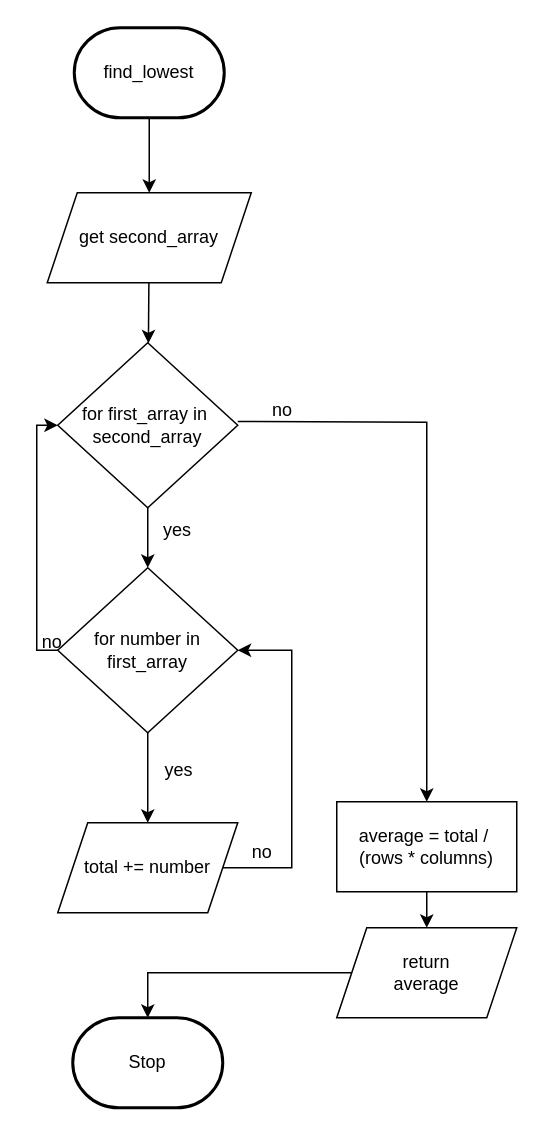
Peter-Gemmell/ICS3U-Unit6-04-Python keeps this draw.io diagram as Draw.io/Flowchart.drawio. Above is the earlier version. Source tidied: cells renumbered, new cells numbered last; positions are measured from the earlier drawing's top-left corner, leaving out a move shared by most shapes. Both pictures are drawn from the tidied source at 150%, with x=0, y=0 at pixel (28, 27).
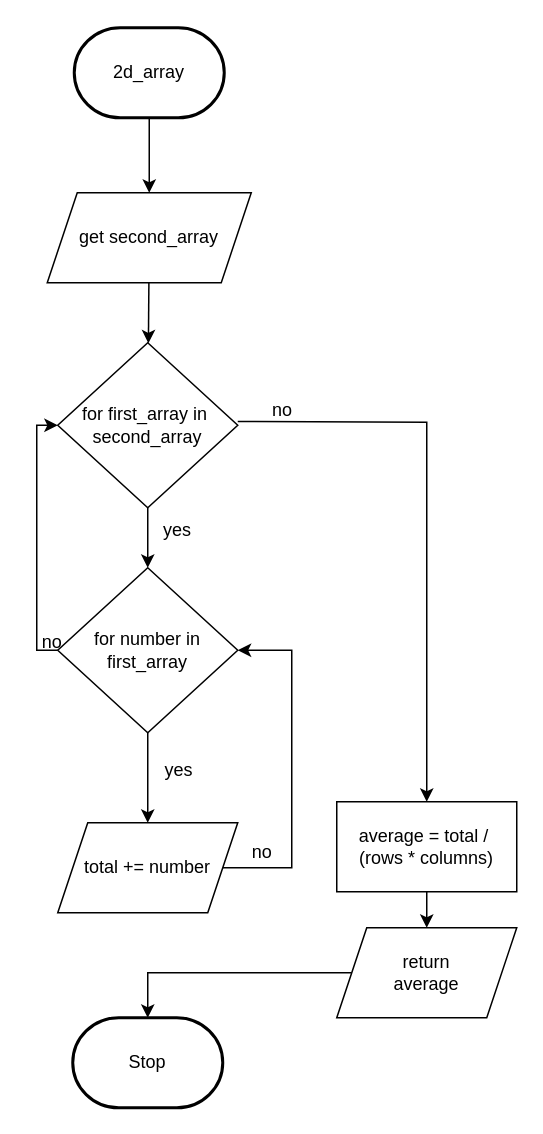
The same page after the edit.

Change to the diagram source:
```diff
@@
-    <mxCell id="3" value="find_lowest" style="strokeWidth=2;html=1;shape=mxgraph.flowchart.terminator;whiteSpace=wrap;" parent="1" vertex="1">
+    <mxCell id="3" value="2d_array" style="strokeWidth=2;html=1;shape=mxgraph.flowchart.terminator;whiteSpace=wrap;" parent="1" vertex="1">
       <mxGeometry x="30" width="100" height="60" as="geometry" />
     </mxCell>
```
